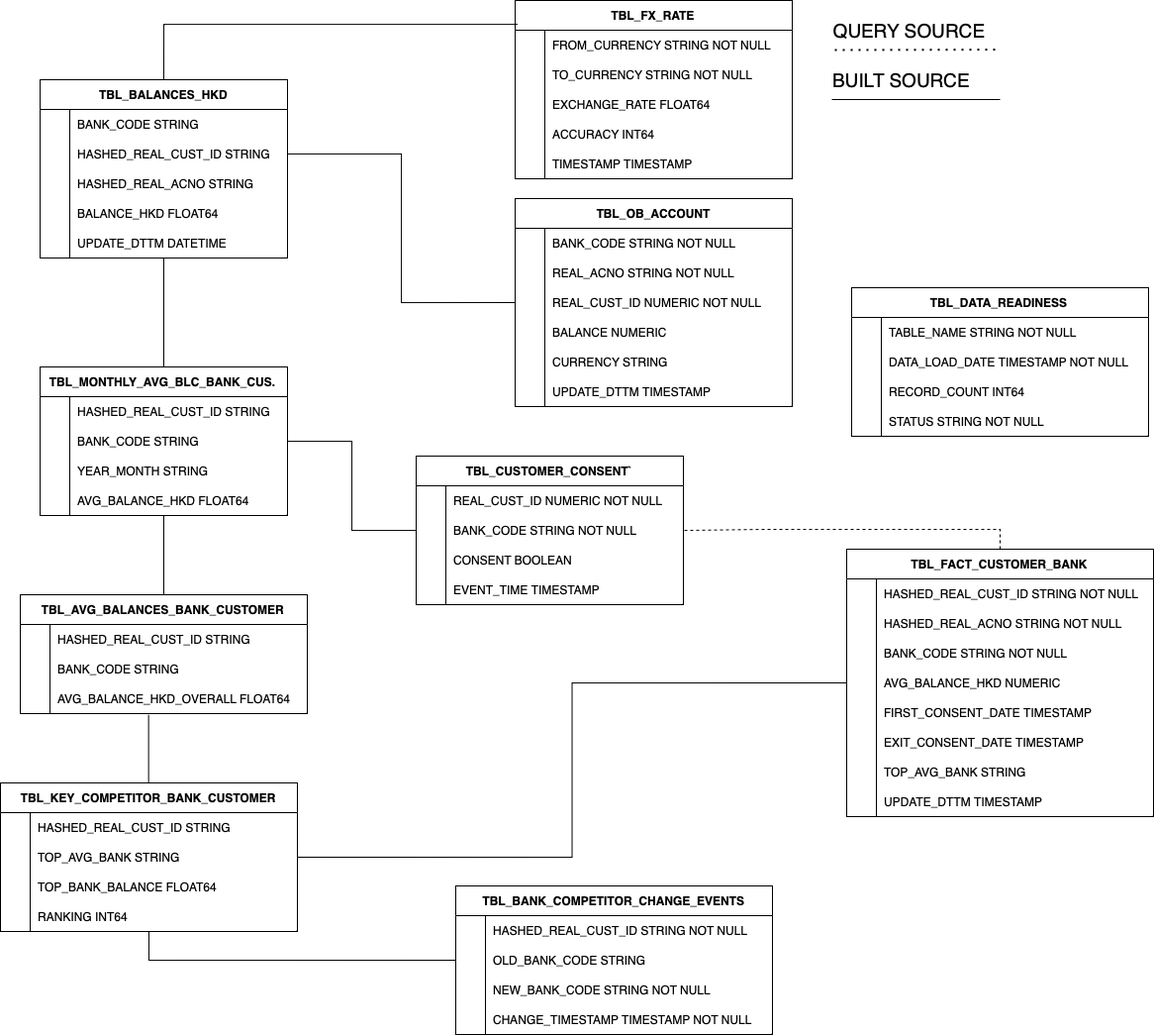
Above: docs/ER Diagram.drawio.png in sfandino/global-banking (draw.io), before the change. Source tidied: cells renumbered, new cells last; positions are measured from the earlier drawing's top-left corner, leaving out a move shared by most shapes.
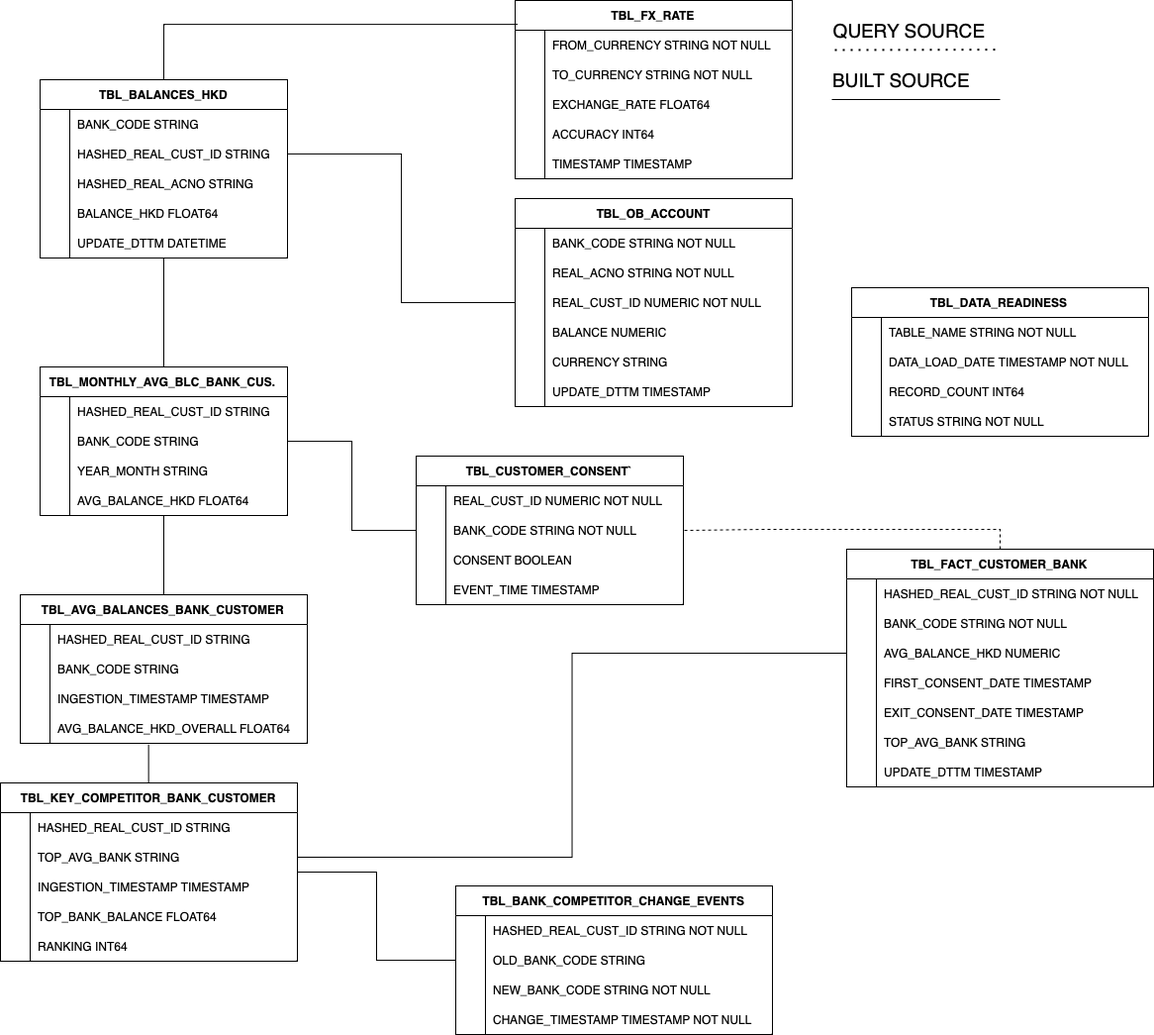
The same file after the commit.

Diff of the diagram source:
```diff
@@ -245,7 +245,7 @@
       </mxGeometry>
     </mxCell>
     <mxCell id="81" value="TBL_AVG_BALANCES_BANK_CUSTOMER" style="shape=table;startSize=30;rowLines=0;fontStyle=1;align=center;" parent="1" vertex="1">
-      <mxGeometry x="20" y="600" width="290" height="120" as="geometry" />
+      <mxGeometry x="20" y="600" width="290" height="150" as="geometry" />
     </mxCell>
     <mxCell id="82" style="shape=tableRow;horizontal=0;startSize=0;swimlaneHead=0;swimlaneBody=0;fillColor=none;strokeColor=inherit;top=0;left=0;right=0;bottom=0;" parent="81" vertex="1">
       <mxGeometry y="30" width="290" height="30" as="geometry" />
@@ -265,8 +265,17 @@
     <mxCell id="87" value="BANK_CODE STRING" style="shape=partialRectangle;overflow=hidden;fillColor=none;align=left;strokeColor=inherit;top=0;left=0;bottom=0;right=0;spacingLeft=6;" parent="85" vertex="1">
       <mxGeometry x="30" width="260" height="30" as="geometry" />
     </mxCell>
+    <mxCell id="166" style="shape=tableRow;horizontal=0;startSize=0;swimlaneHead=0;swimlaneBody=0;fillColor=none;strokeColor=inherit;top=0;left=0;right=0;bottom=0;" parent="81" vertex="1">
+      <mxGeometry y="90" width="290" height="30" as="geometry" />
+    </mxCell>
+    <mxCell id="167" style="shape=partialRectangle;overflow=hidden;fillColor=none;strokeColor=inherit;top=0;left=0;bottom=0;right=0;" parent="166" vertex="1">
+      <mxGeometry width="30" height="30" as="geometry" />
+    </mxCell>
+    <mxCell id="168" value="INGESTION_TIMESTAMP TIMESTAMP" style="shape=partialRectangle;overflow=hidden;fillColor=none;align=left;strokeColor=inherit;top=0;left=0;bottom=0;right=0;spacingLeft=6;" parent="166" vertex="1">
+      <mxGeometry x="30" width="260" height="30" as="geometry" />
+    </mxCell>
     <mxCell id="88" style="shape=tableRow;horizontal=0;startSize=0;swimlaneHead=0;swimlaneBody=0;fillColor=none;points=[[0,0.5],[1,0.5]];portConstraint=eastwest;strokeColor=inherit;top=0;left=0;right=0;bottom=0;" parent="81" vertex="1">
-      <mxGeometry y="90" width="290" height="30" as="geometry" />
+      <mxGeometry y="120" width="290" height="30" as="geometry" />
     </mxCell>
     <mxCell id="89" style="shape=partialRectangle;overflow=hidden;fillColor=none;strokeColor=inherit;top=0;left=0;bottom=0;right=0;" parent="88" vertex="1">
       <mxGeometry width="30" height="30" as="geometry" />
@@ -275,7 +284,7 @@
       <mxGeometry x="30" width="260" height="30" as="geometry" />
     </mxCell>
     <mxCell id="91" value="TBL_KEY_COMPETITOR_BANK_CUSTOMER" style="shape=table;startSize=30;rowLines=0;fontStyle=1;align=center;" parent="1" vertex="1">
-      <mxGeometry y="790" width="300" height="150" as="geometry" />
+      <mxGeometry y="790" width="300" height="180" as="geometry" />
     </mxCell>
     <mxCell id="92" style="shape=tableRow;horizontal=0;startSize=0;swimlaneHead=0;swimlaneBody=0;fillColor=none;strokeColor=inherit;top=0;left=0;right=0;bottom=0;" parent="91" vertex="1">
       <mxGeometry y="30" width="300" height="30" as="geometry" />
@@ -295,8 +304,17 @@
     <mxCell id="97" value="TOP_AVG_BANK STRING" style="shape=partialRectangle;overflow=hidden;fillColor=none;align=left;strokeColor=inherit;top=0;left=0;bottom=0;right=0;spacingLeft=6;" parent="95" vertex="1">
       <mxGeometry x="30" width="270" height="30" as="geometry" />
     </mxCell>
+    <mxCell id="169" style="shape=tableRow;horizontal=0;startSize=0;swimlaneHead=0;swimlaneBody=0;fillColor=none;strokeColor=inherit;top=0;left=0;right=0;bottom=0;" parent="91" vertex="1">
+      <mxGeometry y="90" width="300" height="30" as="geometry" />
+    </mxCell>
+    <mxCell id="170" style="shape=partialRectangle;overflow=hidden;fillColor=none;strokeColor=inherit;top=0;left=0;bottom=0;right=0;" parent="169" vertex="1">
+      <mxGeometry width="30" height="30" as="geometry" />
+    </mxCell>
+    <mxCell id="171" value="INGESTION_TIMESTAMP TIMESTAMP" style="shape=partialRectangle;overflow=hidden;fillColor=none;align=left;strokeColor=inherit;top=0;left=0;bottom=0;right=0;spacingLeft=6;" parent="169" vertex="1">
+      <mxGeometry x="30" width="270" height="30" as="geometry" />
+    </mxCell>
     <mxCell id="98" style="shape=tableRow;horizontal=0;startSize=0;swimlaneHead=0;swimlaneBody=0;fillColor=none;strokeColor=inherit;top=0;left=0;right=0;bottom=0;" parent="91" vertex="1">
-      <mxGeometry y="90" width="300" height="30" as="geometry" />
+      <mxGeometry y="120" width="300" height="30" as="geometry" />
     </mxCell>
     <mxCell id="99" style="shape=partialRectangle;overflow=hidden;fillColor=none;strokeColor=inherit;top=0;left=0;bottom=0;right=0;" parent="98" vertex="1">
       <mxGeometry width="30" height="30" as="geometry" />
@@ -305,7 +323,7 @@
       <mxGeometry x="30" width="270" height="30" as="geometry" />
     </mxCell>
     <mxCell id="101" style="shape=tableRow;horizontal=0;startSize=0;swimlaneHead=0;swimlaneBody=0;fillColor=none;strokeColor=inherit;top=0;left=0;right=0;bottom=0;" parent="91" vertex="1">
-      <mxGeometry y="120" width="300" height="30" as="geometry" />
+      <mxGeometry y="150" width="300" height="30" as="geometry" />
     </mxCell>
     <mxCell id="102" style="shape=partialRectangle;overflow=hidden;fillColor=none;strokeColor=inherit;top=0;left=0;bottom=0;right=0;" parent="101" vertex="1">
       <mxGeometry width="30" height="30" as="geometry" />
@@ -314,7 +332,7 @@
       <mxGeometry x="30" width="270" height="30" as="geometry" />
     </mxCell>
     <mxCell id="104" value="TBL_FACT_CUSTOMER_BANK" style="shape=table;startSize=30;rowLines=0;fontStyle=1;align=center;" parent="1" vertex="1">
-      <mxGeometry x="855" y="554" width="310" height="270" as="geometry" />
+      <mxGeometry x="855" y="554" width="310" height="240" as="geometry" />
     </mxCell>
     <mxCell id="105" style="shape=tableRow;horizontal=0;startSize=0;swimlaneHead=0;swimlaneBody=0;fillColor=none;strokeColor=inherit;top=0;left=0;right=0;bottom=0;" parent="104" vertex="1">
       <mxGeometry y="30" width="310" height="30" as="geometry" />
@@ -325,17 +343,8 @@
     <mxCell id="107" value="HASHED_REAL_CUST_ID STRING NOT NULL" style="shape=partialRectangle;overflow=hidden;fillColor=none;align=left;strokeColor=inherit;top=0;left=0;bottom=0;right=0;spacingLeft=6;" parent="105" vertex="1">
       <mxGeometry x="30" width="280" height="30" as="geometry" />
     </mxCell>
-    <mxCell id="108" style="shape=tableRow;horizontal=0;startSize=0;swimlaneHead=0;swimlaneBody=0;fillColor=none;strokeColor=inherit;top=0;left=0;right=0;bottom=0;" parent="104" vertex="1">
-      <mxGeometry y="60" width="310" height="30" as="geometry" />
-    </mxCell>
-    <mxCell id="109" style="shape=partialRectangle;overflow=hidden;fillColor=none;strokeColor=inherit;top=0;left=0;bottom=0;right=0;" parent="108" vertex="1">
-      <mxGeometry width="30" height="30" as="geometry" />
-    </mxCell>
-    <mxCell id="110" value="HASHED_REAL_ACNO STRING NOT NULL" style="shape=partialRectangle;overflow=hidden;fillColor=none;align=left;strokeColor=inherit;top=0;left=0;bottom=0;right=0;spacingLeft=6;" parent="108" vertex="1">
-      <mxGeometry x="30" width="280" height="30" as="geometry" />
-    </mxCell>
     <mxCell id="111" style="shape=tableRow;horizontal=0;startSize=0;swimlaneHead=0;swimlaneBody=0;fillColor=none;strokeColor=inherit;top=0;left=0;right=0;bottom=0;" parent="104" vertex="1">
-      <mxGeometry y="90" width="310" height="30" as="geometry" />
+      <mxGeometry y="60" width="310" height="30" as="geometry" />
     </mxCell>
     <mxCell id="112" style="shape=partialRectangle;overflow=hidden;fillColor=none;strokeColor=inherit;top=0;left=0;bottom=0;right=0;" parent="111" vertex="1">
       <mxGeometry width="30" height="30" as="geometry" />
@@ -344,7 +353,7 @@
       <mxGeometry x="30" width="280" height="30" as="geometry" />
     </mxCell>
     <mxCell id="114" style="shape=tableRow;horizontal=0;startSize=0;swimlaneHead=0;swimlaneBody=0;fillColor=none;points=[[0,0.5],[1,0.5]];portConstraint=eastwest;strokeColor=inherit;top=0;left=0;right=0;bottom=0;" parent="104" vertex="1">
-      <mxGeometry y="120" width="310" height="30" as="geometry" />
+      <mxGeometry y="90" width="310" height="30" as="geometry" />
     </mxCell>
     <mxCell id="115" style="shape=partialRectangle;overflow=hidden;fillColor=none;strokeColor=inherit;top=0;left=0;bottom=0;right=0;" parent="114" vertex="1">
       <mxGeometry width="30" height="30" as="geometry" />
@@ -353,7 +362,7 @@
       <mxGeometry x="30" width="280" height="30" as="geometry" />
     </mxCell>
     <mxCell id="117" style="shape=tableRow;horizontal=0;startSize=0;swimlaneHead=0;swimlaneBody=0;fillColor=none;strokeColor=inherit;top=0;left=0;right=0;bottom=0;" parent="104" vertex="1">
-      <mxGeometry y="150" width="310" height="30" as="geometry" />
+      <mxGeometry y="120" width="310" height="30" as="geometry" />
     </mxCell>
     <mxCell id="118" style="shape=partialRectangle;overflow=hidden;fillColor=none;strokeColor=inherit;top=0;left=0;bottom=0;right=0;" parent="117" vertex="1">
       <mxGeometry width="30" height="30" as="geometry" />
@@ -362,7 +371,7 @@
       <mxGeometry x="30" width="280" height="30" as="geometry" />
     </mxCell>
     <mxCell id="120" style="shape=tableRow;horizontal=0;startSize=0;swimlaneHead=0;swimlaneBody=0;fillColor=none;strokeColor=inherit;top=0;left=0;right=0;bottom=0;" parent="104" vertex="1">
-      <mxGeometry y="180" width="310" height="30" as="geometry" />
+      <mxGeometry y="150" width="310" height="30" as="geometry" />
     </mxCell>
     <mxCell id="121" style="shape=partialRectangle;overflow=hidden;fillColor=none;strokeColor=inherit;top=0;left=0;bottom=0;right=0;" parent="120" vertex="1">
       <mxGeometry width="30" height="30" as="geometry" />
@@ -371,7 +380,7 @@
       <mxGeometry x="30" width="280" height="30" as="geometry" />
     </mxCell>
     <mxCell id="123" style="shape=tableRow;horizontal=0;startSize=0;swimlaneHead=0;swimlaneBody=0;fillColor=none;strokeColor=inherit;top=0;left=0;right=0;bottom=0;" parent="104" vertex="1">
-      <mxGeometry y="210" width="310" height="30" as="geometry" />
+      <mxGeometry y="180" width="310" height="30" as="geometry" />
     </mxCell>
     <mxCell id="124" style="shape=partialRectangle;overflow=hidden;fillColor=none;strokeColor=inherit;top=0;left=0;bottom=0;right=0;" parent="123" vertex="1">
       <mxGeometry width="30" height="30" as="geometry" />
@@ -380,7 +389,7 @@
       <mxGeometry x="30" width="280" height="30" as="geometry" />
     </mxCell>
     <mxCell id="126" style="shape=tableRow;horizontal=0;startSize=0;swimlaneHead=0;swimlaneBody=0;fillColor=none;strokeColor=inherit;top=0;left=0;right=0;bottom=0;" parent="104" vertex="1">
-      <mxGeometry y="240" width="310" height="30" as="geometry" />
+      <mxGeometry y="210" width="310" height="30" as="geometry" />
     </mxCell>
     <mxCell id="127" style="shape=partialRectangle;overflow=hidden;fillColor=none;strokeColor=inherit;top=0;left=0;bottom=0;right=0;" parent="126" vertex="1">
       <mxGeometry width="30" height="30" as="geometry" />
```
